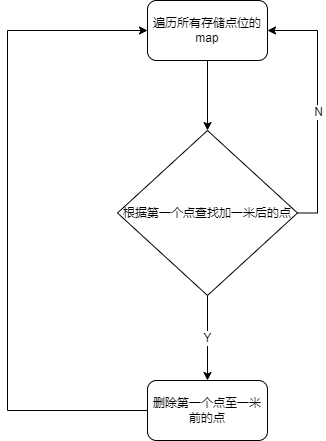
Durpe/Drawio keeps this draw.io diagram as 未命名绘图.drawio.png. Above is the earlier version. Source tidied: cells renumbered, new cells last; positions are measured from the earlier drawing's top-left corner, leaving out a move shared by most shapes.
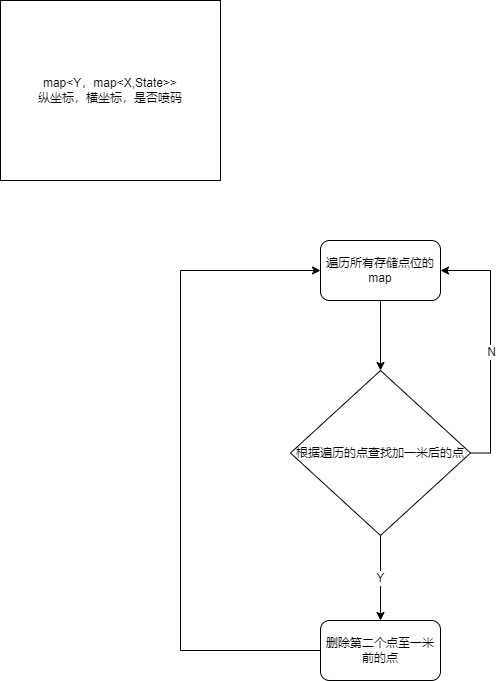
After the commit.

Commit message:
连续性打标.png

Diff of the diagram source:
```diff
@@ -21,7 +21,7 @@
     <mxCell id="6" value="Y" style="edgeStyle=orthogonalEdgeStyle;rounded=0;jettySize=auto;html=1;exitX=0.5;exitY=1;exitDx=0;exitDy=0;" parent="1" edge="1" source="7" target="9">
       <mxGeometry relative="1" as="geometry" />
     </mxCell>
-    <mxCell id="7" value="根据第一个点查找加一米后的点" style="rhombus;whiteSpace=wrap;html=1;" parent="1" vertex="1">
+    <mxCell id="7" value="根据遍历的点查找加一米后的点" style="rhombus;whiteSpace=wrap;html=1;" parent="1" vertex="1">
       <mxGeometry x="110" y="130" width="180" height="165" as="geometry" />
     </mxCell>
     <mxCell id="8" style="edgeStyle=orthogonalEdgeStyle;rounded=0;jettySize=auto;html=1;exitX=0;exitY=0.5;exitDx=0;exitDy=0;entryX=0;entryY=0.5;entryDx=0;entryDy=0;" parent="1" edge="1" source="9" target="3">
@@ -32,8 +32,11 @@
         </Array>
       </mxGeometry>
     </mxCell>
-    <mxCell id="9" value="删除第一个点至一米前的点" style="rounded=1;whiteSpace=wrap;html=1;" parent="1" vertex="1">
+    <mxCell id="9" value="删除第二个点至一米前的点" style="rounded=1;whiteSpace=wrap;html=1;" parent="1" vertex="1">
       <mxGeometry x="140" y="380" width="120" height="60" as="geometry" />
     </mxCell>
+    <mxCell id="10" value="map&amp;lt;Y，map&amp;lt;X,State&amp;gt;&amp;gt;&lt;br&gt;纵坐标，横坐标，是否喷码" style="rounded=0;whiteSpace=wrap;html=1;" parent="1" vertex="1">
+      <mxGeometry x="-180" y="-240" width="220" height="180" as="geometry" />
+    </mxCell>
   </root>
 </mxGraphModel>
```
